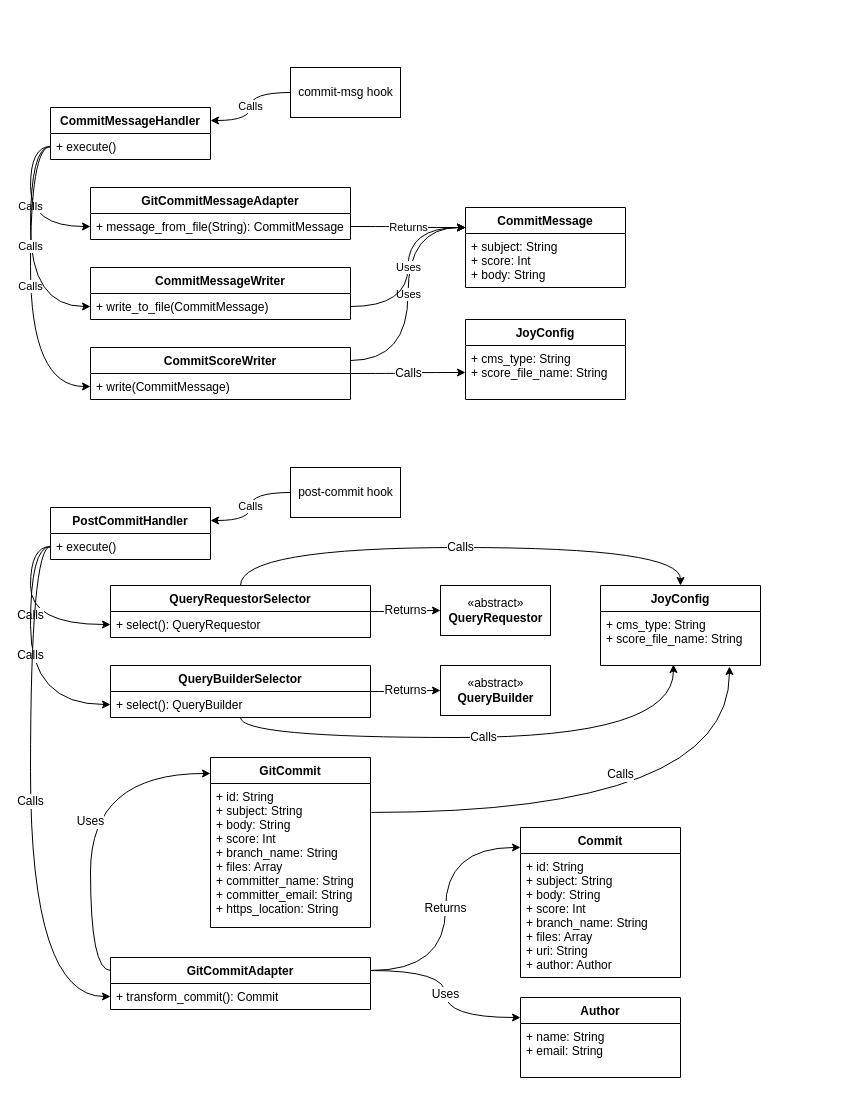
DocOnDev/team_joy keeps this draw.io diagram as docs/architecture.drawio. Above is the earlier version. Source tidied: cells renumbered, new cells numbered last; positions are measured from the earlier drawing's top-left corner, leaving out a move shared by most shapes. Both pictures are drawn from the tidied source at 100%, with x=0, y=0 at pixel (50, 67).
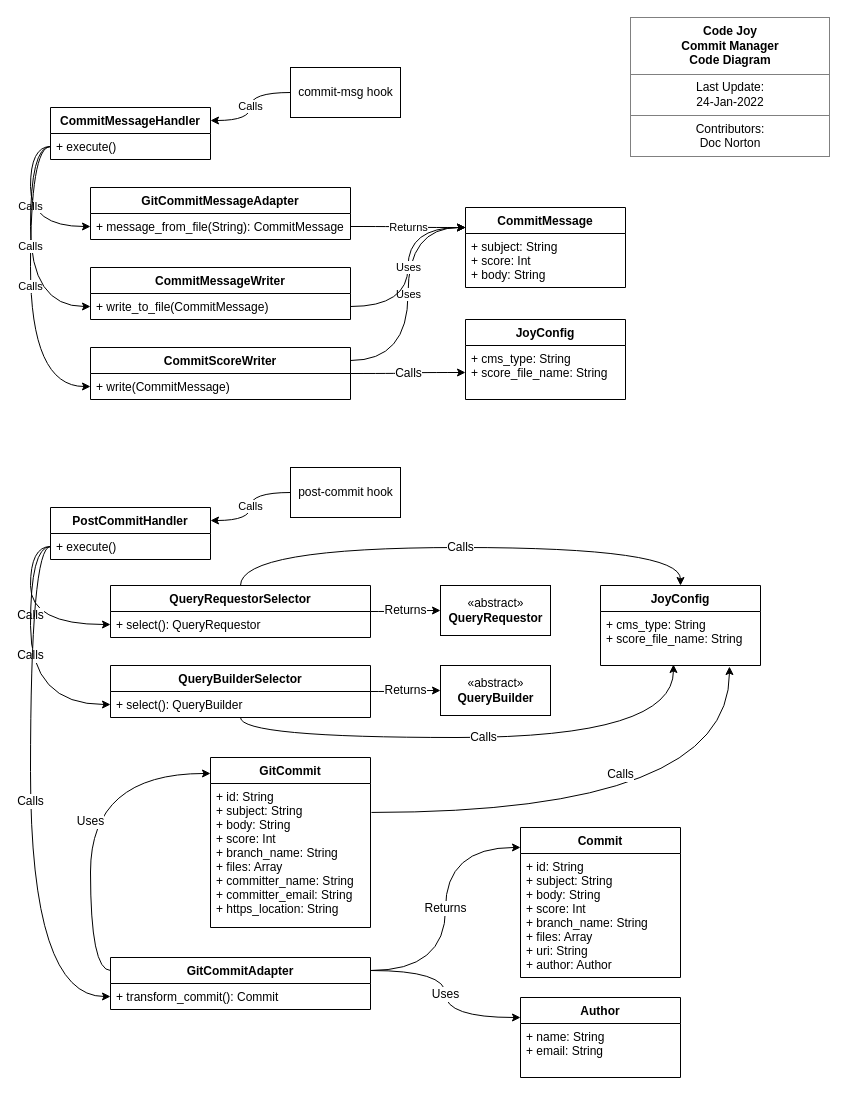
The same diagram, later.

Commit message:
Add Version Block to Code Diagram

Change to the diagram source:
```diff
@@
+    <mxCell id="56" value="&lt;table border=&quot;1&quot; width=&quot;100%&quot; cellpadding=&quot;4&quot; style=&quot;width: 100% ; height: 100% ; border-collapse: collapse&quot;&gt;&lt;tbody&gt;&lt;tr&gt;&lt;th align=&quot;center&quot;&gt;&lt;b&gt;Code Joy&lt;br&gt;Commit Manager&lt;br&gt;Code Diagram&lt;/b&gt;&lt;/th&gt;&lt;/tr&gt;&lt;tr&gt;&lt;td align=&quot;center&quot;&gt;Last Update:&lt;br&gt;24-Jan-2022&lt;/td&gt;&lt;/tr&gt;&lt;tr&gt;&lt;td align=&quot;center&quot;&gt;Contributors:&lt;br&gt;Doc Norton&lt;/td&gt;&lt;/tr&gt;&lt;/tbody&gt;&lt;/table&gt;" style="text;html=1;strokeColor=none;fillColor=none;overflow=fill;" parent="1" vertex="1">
+      <mxGeometry x="580" y="-50" width="200" height="140" as="geometry" />
+    </mxCell>
```
